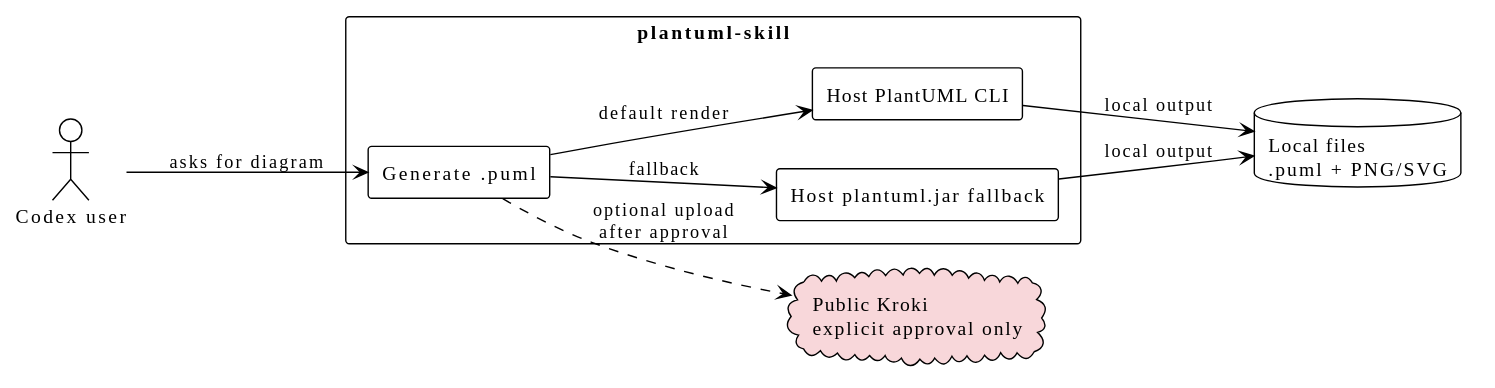
Above: assets/plantuml-skill-flow.svg in DoubleMice/plantuml-skill (PlantUML), before the change. Its source is kept beside it as assets/plantuml-skill-flow.puml. Source of this version:
```plantuml
@startuml
!theme plain
skinparam backgroundColor #FFFFFF
skinparam shadowing false
skinparam componentStyle rectangle

left to right direction

actor "Codex user" as user

rectangle "plantuml-skill" as skill {
  component "Generate .puml" as puml
  component "Host PlantUML CLI" as cli
  component "Host plantuml.jar fallback" as jar
}

database "Local files\n.puml + PNG/SVG" as output
cloud "Public Kroki\nexplicit approval only" as kroki #F8D7DA

user --> puml : asks for diagram
puml --> cli : default render
puml --> jar : fallback
cli --> output : local output
jar --> output : local output
puml ..> kroki : optional upload\nafter approval

@enduml
```
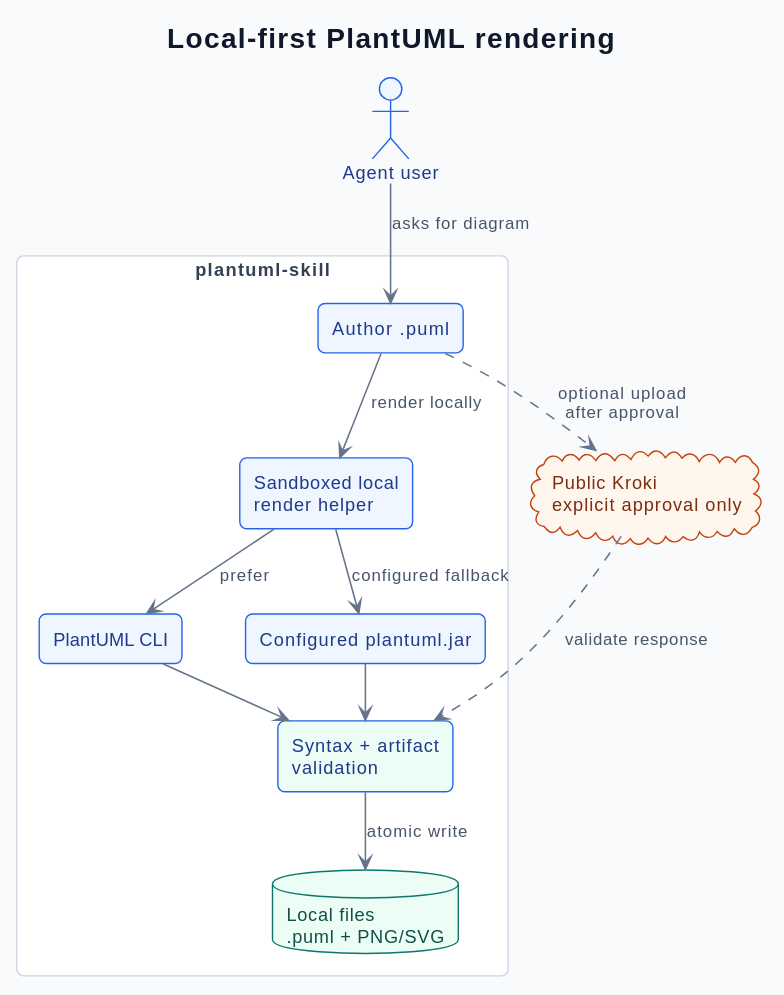
The same file after the commit.

Commit message:
feat: refine PlantUML generation and styling

Change to the diagram source:
```diff
@@ -1,27 +1,61 @@
 @startuml
 !theme plain
-skinparam backgroundColor #FFFFFF
+skinparam backgroundColor #F8FAFC
 skinparam shadowing false
+skinparam roundCorner 10
+skinparam defaultFontName SansSerif
+skinparam defaultFontSize 13
+skinparam defaultFontColor #0F172A
+skinparam ArrowColor #64748B
+skinparam ArrowFontColor #475569
+skinparam ArrowFontSize 12
+skinparam ArrowThickness 1.1
+skinparam TitleFontColor #0F172A
+skinparam TitleFontSize 20
+skinparam TitleFontStyle bold
 skinparam componentStyle rectangle
+skinparam rectangleBackgroundColor #FFFFFF
+skinparam rectangleBorderColor #CBD5E1
+skinparam rectangleFontColor #334155
+skinparam componentBackgroundColor #EFF6FF
+skinparam componentBorderColor #2563EB
+skinparam componentFontColor #1E3A8A
+skinparam databaseBackgroundColor #ECFDF5
+skinparam databaseBorderColor #0F766E
+skinparam databaseFontColor #134E4A
+skinparam cloudBackgroundColor #FFF7ED
+skinparam cloudBorderColor #C2410C
+skinparam cloudFontColor #7C2D12
+skinparam actorBackgroundColor #EFF6FF
+skinparam actorBorderColor #2563EB
+skinparam actorFontColor #1E3A8A
+skinparam nodesep 45
+skinparam ranksep 40
 
-left to right direction
+top to bottom direction
 
-actor "Codex user" as user
+actor "Agent user" as user
+
+title Local-first PlantUML rendering
 
 rectangle "plantuml-skill" as skill {
-  component "Generate .puml" as puml
-  component "Host PlantUML CLI" as cli
-  component "Host plantuml.jar fallback" as jar
+  component "Author .puml" as puml
+  component "Sandboxed local\nrender helper" as helper
+  component "PlantUML CLI" as cli
+  component "Configured plantuml.jar" as jar
+  component "Syntax + artifact\nvalidation" as validate #ECFDF5
+  database "Local files\n.puml + PNG/SVG" as output
 }
-
-database "Local files\n.puml + PNG/SVG" as output
-cloud "Public Kroki\nexplicit approval only" as kroki #F8D7DA
+cloud "Public Kroki\nexplicit approval only" as kroki
 
 user --> puml : asks for diagram
-puml --> cli : default render
-puml --> jar : fallback
-cli --> output : local output
-jar --> output : local output
+puml --> helper : render locally
+helper --> cli : prefer
+helper --> jar : configured fallback
+cli --> validate
+jar --> validate
+validate --> output : atomic write
 puml ..> kroki : optional upload\nafter approval
+kroki ..> validate : validate response
 
 @enduml
```
